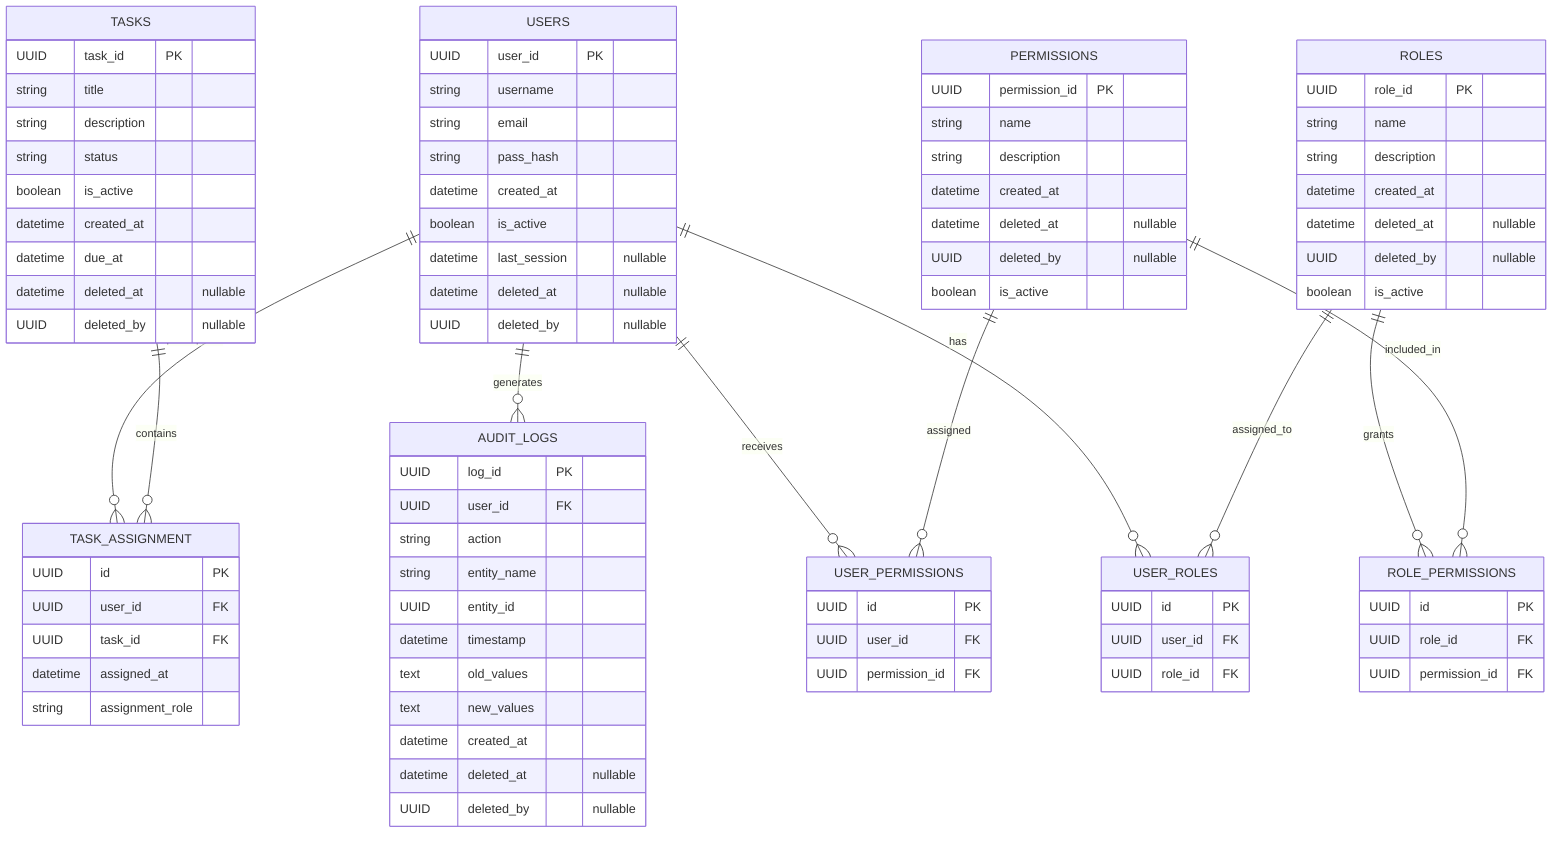
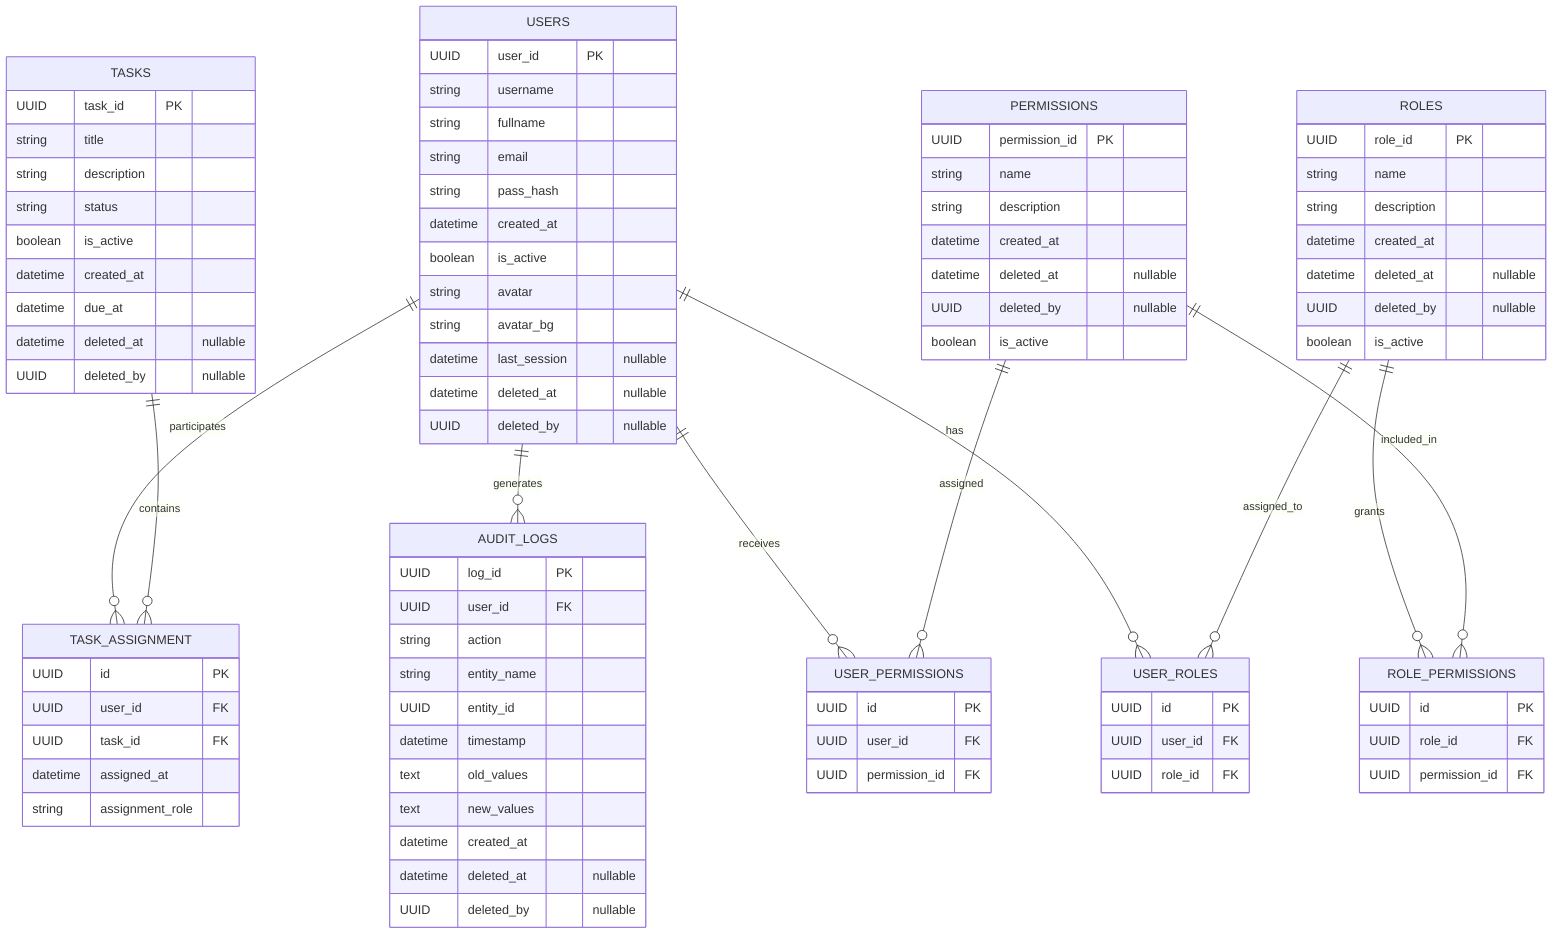
erDiagram

    USERS {
        UUID user_id PK
        string username
+         string fullname
        string email
        string pass_hash
        datetime created_at
        boolean is_active
+         string avatar
+         string avatar_bg
        datetime last_session "nullable"
        datetime deleted_at "nullable"
        UUID deleted_by "nullable"
    }

    TASKS {
        UUID task_id PK
        string title
        string description
        string status
        boolean is_active
        datetime created_at
        datetime due_at
        datetime deleted_at "nullable"
        UUID deleted_by "nullable"
    }

    ROLES {
        UUID role_id PK
        string name
        string description
        datetime created_at
        datetime deleted_at "nullable"
        UUID deleted_by "nullable"
        boolean is_active
    }

    PERMISSIONS {
        UUID permission_id PK
        string name
        string description
        datetime created_at
        datetime deleted_at "nullable"
        UUID deleted_by "nullable"
        boolean is_active
    }

    AUDIT_LOGS {
        UUID log_id PK
        UUID user_id FK
        string action
        string entity_name
        UUID entity_id
        datetime timestamp
        text old_values
        text new_values
        datetime created_at
        datetime deleted_at "nullable"
        UUID deleted_by "nullable"
    }

    USER_ROLES {
        UUID id PK
        UUID user_id FK
        UUID role_id FK
    }

    ROLE_PERMISSIONS {
        UUID id PK
        UUID role_id FK
        UUID permission_id FK
    }

    USER_PERMISSIONS {
        UUID id PK
        UUID user_id FK
        UUID permission_id FK
    }

    TASK_ASSIGNMENT {
        UUID id PK
        UUID user_id FK
        UUID task_id FK
        datetime assigned_at
        string assignment_role
    }

    USERS ||--o{ USER_ROLES : has
    ROLES ||--o{ USER_ROLES : assigned_to

    ROLES ||--o{ ROLE_PERMISSIONS : grants
    PERMISSIONS ||--o{ ROLE_PERMISSIONS : included_in

    USERS ||--o{ USER_PERMISSIONS : receives
    PERMISSIONS ||--o{ USER_PERMISSIONS : assigned

    USERS ||--o{ TASK_ASSIGNMENT : participates
    TASKS ||--o{ TASK_ASSIGNMENT : contains

    USERS ||--o{ AUDIT_LOGS : generates